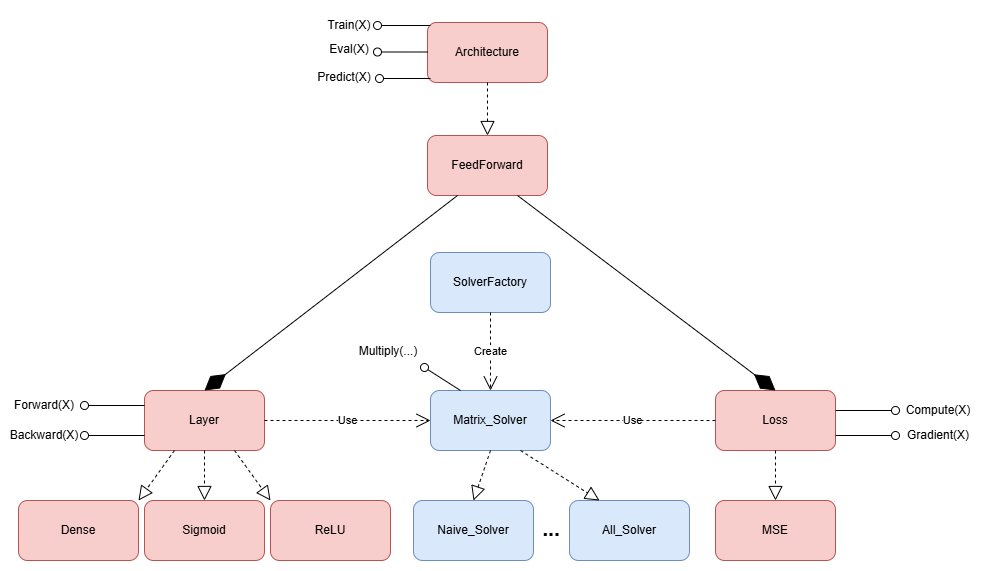
Before: .github/assets/architecture.png, a diagram exported from draw.io (dianabonalumi/NeuralNets). Source tidied: cells renumbered, new cells last; positions are measured from the earlier drawing's top-left corner, leaving out a move shared by most shapes.
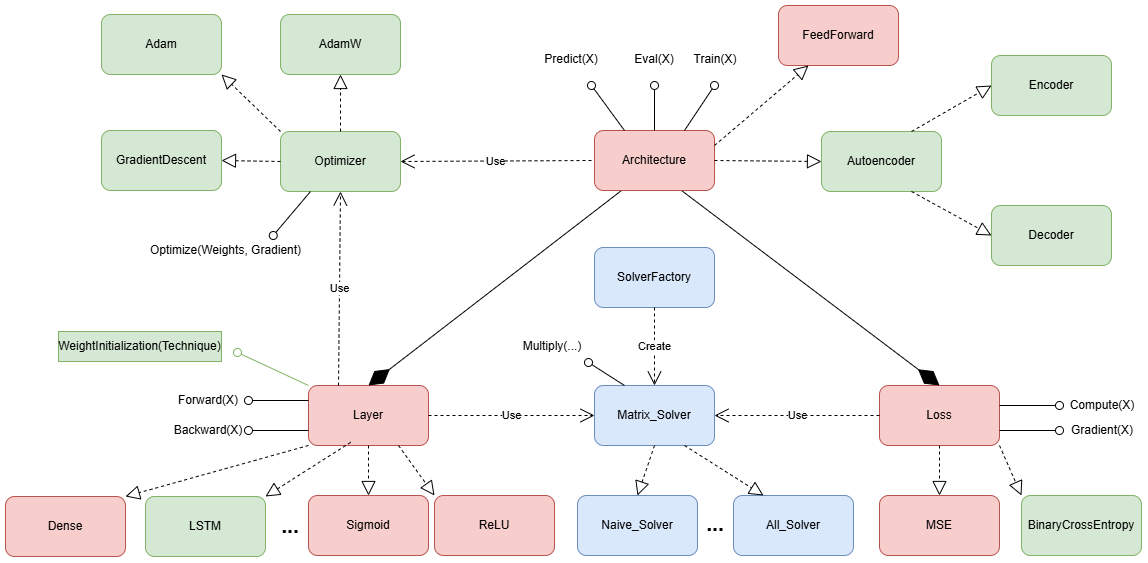
Above is the later version.

What changed in the source:
```diff
@@ -8,50 +8,51 @@
     <mxCell id="3" value="Loss" style="rounded=1;whiteSpace=wrap;html=1;fillColor=#f8cecc;strokeColor=#b85450;" parent="1" vertex="1">
       <mxGeometry x="701" y="380" width="120" height="60" as="geometry" />
     </mxCell>
-    <mxCell id="4" value="FeedForward" style="rounded=1;whiteSpace=wrap;html=1;fillColor=#f8cecc;strokeColor=#b85450;" parent="1" vertex="1">
-      <mxGeometry x="413" y="125" width="120" height="60" as="geometry" />
-    </mxCell>
-    <mxCell id="5" style="endArrow=diamondThin;endFill=1;endSize=24;html=1;rounded=0;exitX=0.25;exitY=1;exitDx=0;exitDy=0;entryX=0.5;entryY=0;entryDx=0;entryDy=0;" parent="1" edge="1" source="4" target="2">
-      <mxGeometry relative="1" as="geometry" />
-    </mxCell>
-    <mxCell id="6" style="endArrow=diamondThin;endFill=1;endSize=24;html=1;rounded=0;exitX=0.75;exitY=1;exitDx=0;exitDy=0;entryX=0.5;entryY=0;entryDx=0;entryDy=0;" parent="1" edge="1" source="4" target="3">
-      <mxGeometry relative="1" as="geometry" />
-    </mxCell>
-    <mxCell id="7" style="html=1;verticalAlign=bottom;labelBackgroundColor=none;endArrow=oval;endFill=0;endSize=8;rounded=0;exitX=0;exitY=0.25;exitDx=0;exitDy=0;" parent="1" edge="1" source="2">
-      <mxGeometry relative="1" as="geometry">
-        <mxPoint x="70" y="395" as="targetPoint" />
-      </mxGeometry>
-    </mxCell>
-    <mxCell id="8" style="html=1;verticalAlign=bottom;labelBackgroundColor=none;endArrow=oval;endFill=0;endSize=8;rounded=0;exitX=0;exitY=0.75;exitDx=0;exitDy=0;" parent="1" edge="1" source="2">
-      <mxGeometry relative="1" as="geometry">
-        <mxPoint x="70" y="425" as="targetPoint" />
-      </mxGeometry>
-    </mxCell>
+    <mxCell id="43" style="endArrow=diamondThin;endFill=1;endSize=24;html=1;rounded=0;exitX=0.25;exitY=1;exitDx=0;exitDy=0;entryX=0.5;entryY=0;entryDx=0;entryDy=0;" parent="1" edge="1" target="2">
+      <mxGeometry relative="1" as="geometry">
+        <mxPoint x="443" y="185" as="sourcePoint" />
+      </mxGeometry>
+    </mxCell>
+    <mxCell id="44" style="endArrow=diamondThin;endFill=1;endSize=24;html=1;rounded=0;exitX=0.75;exitY=1;exitDx=0;exitDy=0;entryX=0.5;entryY=0;entryDx=0;entryDy=0;" parent="1" edge="1" target="3">
+      <mxGeometry relative="1" as="geometry">
+        <mxPoint x="503" y="185" as="sourcePoint" />
+      </mxGeometry>
+    </mxCell>
+    <mxCell id="45" style="html=1;verticalAlign=bottom;labelBackgroundColor=none;endArrow=oval;endFill=0;endSize=8;rounded=0;exitX=0;exitY=0.25;exitDx=0;exitDy=0;" parent="1" edge="1" source="2">
+      <mxGeometry relative="1" as="geometry">
+        <mxPoint x="70" y="395" as="targetPoint" />
+      </mxGeometry>
+    </mxCell>
+    <mxCell id="46" style="html=1;verticalAlign=bottom;labelBackgroundColor=none;endArrow=oval;endFill=0;endSize=8;rounded=0;exitX=0;exitY=0.75;exitDx=0;exitDy=0;" parent="1" edge="1" source="2">
+      <mxGeometry relative="1" as="geometry">
+        <mxPoint x="70" y="425" as="targetPoint" />
+      </mxGeometry>
+    </mxCell>
     <mxCell id="9" value="Forward(X)" style="text;html=1;whiteSpace=wrap;strokeColor=none;fillColor=none;align=center;verticalAlign=middle;rounded=0;" parent="1" vertex="1">
       <mxGeometry y="380" width="60" height="30" as="geometry" />
     </mxCell>
     <mxCell id="10" value="Backward(X)" style="text;html=1;whiteSpace=wrap;strokeColor=none;fillColor=none;align=center;verticalAlign=middle;rounded=0;" parent="1" vertex="1">
       <mxGeometry y="410" width="60" height="30" as="geometry" />
     </mxCell>
-    <mxCell id="11" style="html=1;verticalAlign=bottom;labelBackgroundColor=none;endArrow=oval;endFill=0;endSize=8;rounded=0;exitX=1;exitY=0.5;exitDx=0;exitDy=0;" parent="1" edge="1">
-      <mxGeometry relative="1" as="geometry">
-        <mxPoint x="821" y="400" as="sourcePoint" />
-        <mxPoint x="881" y="400" as="targetPoint" />
-      </mxGeometry>
-    </mxCell>
+    <mxCell id="47" style="html=1;verticalAlign=bottom;labelBackgroundColor=none;endArrow=oval;endFill=0;endSize=8;rounded=0;exitX=1;exitY=0.5;exitDx=0;exitDy=0;" parent="1" edge="1">
+      <mxGeometry relative="1" as="geometry">
+        <mxPoint x="821" y="400" as="sourcePoint" />
+        <mxPoint x="881" y="400" as="targetPoint" />
+      </mxGeometry>
+    </mxCell>
     <mxCell id="12" value="Compute(X)" style="text;html=1;whiteSpace=wrap;strokeColor=none;fillColor=none;align=center;verticalAlign=middle;rounded=0;" parent="1" vertex="1">
       <mxGeometry x="894" y="385" width="60" height="30" as="geometry" />
     </mxCell>
-    <mxCell id="13" style="html=1;verticalAlign=bottom;labelBackgroundColor=none;endArrow=oval;endFill=0;endSize=8;rounded=0;exitX=1;exitY=0.75;exitDx=0;exitDy=0;" parent="1" edge="1" source="3">
-      <mxGeometry relative="1" as="geometry">
-        <mxPoint x="881" y="425" as="targetPoint" />
-      </mxGeometry>
-    </mxCell>
+    <mxCell id="48" style="html=1;verticalAlign=bottom;labelBackgroundColor=none;endArrow=oval;endFill=0;endSize=8;rounded=0;exitX=1;exitY=0.75;exitDx=0;exitDy=0;" parent="1" edge="1" source="3">
+      <mxGeometry relative="1" as="geometry">
+        <mxPoint x="881" y="425" as="targetPoint" />
+      </mxGeometry>
+    </mxCell>
     <mxCell id="14" value="Gradient(X)" style="text;html=1;whiteSpace=wrap;strokeColor=none;fillColor=none;align=center;verticalAlign=middle;rounded=0;" parent="1" vertex="1">
       <mxGeometry x="894" y="410" width="60" height="30" as="geometry" />
     </mxCell>
     <mxCell id="15" value="Dense" style="rounded=1;whiteSpace=wrap;html=1;fillColor=#f8cecc;strokeColor=#b85450;" parent="1" vertex="1">
-      <mxGeometry x="4" y="490" width="120" height="60" as="geometry" />
+      <mxGeometry x="-173" y="491" width="120" height="60" as="geometry" />
     </mxCell>
     <mxCell id="16" value="Sigmoid" style="rounded=1;whiteSpace=wrap;html=1;fillColor=#f8cecc;strokeColor=#b85450;" parent="1" vertex="1">
       <mxGeometry x="130" y="490" width="120" height="60" as="geometry" />
@@ -59,7 +60,7 @@
     <mxCell id="17" value="ReLU" style="rounded=1;whiteSpace=wrap;html=1;fillColor=#f8cecc;strokeColor=#b85450;" parent="1" vertex="1">
       <mxGeometry x="256" y="490" width="120" height="60" as="geometry" />
     </mxCell>
-    <mxCell id="18" style="endArrow=block;dashed=1;endFill=0;endSize=12;html=1;rounded=0;exitX=0.25;exitY=1;exitDx=0;exitDy=0;entryX=1;entryY=0;entryDx=0;entryDy=0;" parent="1" edge="1" source="2" target="15">
+    <mxCell id="18" style="endArrow=block;dashed=1;endFill=0;endSize=12;html=1;rounded=0;exitX=0;exitY=1;exitDx=0;exitDy=0;entryX=1;entryY=0;entryDx=0;entryDy=0;" parent="1" edge="1" source="2" target="15">
       <mxGeometry relative="1" as="geometry" />
     </mxCell>
     <mxCell id="19" style="endArrow=block;dashed=1;endFill=0;endSize=12;html=1;rounded=0;exitX=0.5;exitY=1;exitDx=0;exitDy=0;entryX=0.5;entryY=0;entryDx=0;entryDy=0;" parent="1" edge="1" source="2" target="16">
@@ -69,29 +70,24 @@
       <mxGeometry relative="1" as="geometry" />
     </mxCell>
     <mxCell id="21" value="Architecture" style="rounded=1;whiteSpace=wrap;html=1;fillColor=#f8cecc;strokeColor=#b85450;" parent="1" vertex="1">
-      <mxGeometry x="413" y="12" width="120" height="60" as="geometry" />
+      <mxGeometry x="416" y="125" width="120" height="60" as="geometry" />
     </mxCell>
-    <mxCell id="22" style="html=1;verticalAlign=bottom;labelBackgroundColor=none;endArrow=oval;endFill=0;endSize=8;rounded=0;exitX=0;exitY=0.25;exitDx=0;exitDy=0;" parent="1" edge="1">
-      <mxGeometry relative="1" as="geometry">
-        <mxPoint x="416" y="15" as="sourcePoint" />
-        <mxPoint x="363" y="15" as="targetPoint" />
-      </mxGeometry>
-    </mxCell>
-    <mxCell id="23" style="html=1;verticalAlign=bottom;labelBackgroundColor=none;endArrow=oval;endFill=0;endSize=8;rounded=0;exitX=0;exitY=0.25;exitDx=0;exitDy=0;" parent="1" edge="1">
-      <mxGeometry relative="1" as="geometry">
-        <mxPoint x="416" y="68" as="sourcePoint" />
-        <mxPoint x="365" y="68" as="targetPoint" />
-      </mxGeometry>
-    </mxCell>
+    <mxCell id="49" style="html=1;verticalAlign=bottom;labelBackgroundColor=none;endArrow=oval;endFill=0;endSize=8;rounded=0;exitX=0.75;exitY=0;exitDx=0;exitDy=0;" parent="1" edge="1" source="21">
+      <mxGeometry relative="1" as="geometry">
+        <mxPoint x="536" y="80" as="targetPoint" />
+      </mxGeometry>
+    </mxCell>
+    <mxCell id="50" style="html=1;verticalAlign=bottom;labelBackgroundColor=none;endArrow=oval;endFill=0;endSize=8;rounded=0;exitX=0.25;exitY=0;exitDx=0;exitDy=0;" parent="1" edge="1" source="21">
+      <mxGeometry relative="1" as="geometry">
+        <mxPoint x="413" y="80" as="targetPoint" />
+      </mxGeometry>
+    </mxCell>
     <mxCell id="24" value="Train(X)" style="text;html=1;whiteSpace=wrap;strokeColor=none;fillColor=none;align=center;verticalAlign=middle;rounded=0;" parent="1" vertex="1">
-      <mxGeometry x="305" width="60" height="30" as="geometry" />
+      <mxGeometry x="507" y="39" width="60" height="30" as="geometry" />
     </mxCell>
     <mxCell id="25" value="Eval(X)" style="text;html=1;whiteSpace=wrap;strokeColor=none;fillColor=none;align=center;verticalAlign=middle;rounded=0;" parent="1" vertex="1">
-      <mxGeometry x="305" y="24" width="60" height="30" as="geometry" />
+      <mxGeometry x="446" y="39" width="60" height="30" as="geometry" />
     </mxCell>
-    <mxCell id="26" style="endArrow=block;dashed=1;endFill=0;endSize=12;html=1;rounded=0;exitX=0.5;exitY=1;exitDx=0;exitDy=0;entryX=0.5;entryY=0;entryDx=0;entryDy=0;" parent="1" edge="1" source="21" target="4">
-      <mxGeometry relative="1" as="geometry" />
-    </mxCell>
     <mxCell id="27" value="MSE" style="rounded=1;whiteSpace=wrap;html=1;fillColor=#f8cecc;strokeColor=#b85450;" parent="1" vertex="1">
       <mxGeometry x="701" y="490" width="120" height="60" as="geometry" />
     </mxCell>
@@ -119,31 +115,112 @@
     <mxCell id="35" value="All_Solver" style="rounded=1;whiteSpace=wrap;html=1;fillColor=#dae8fc;strokeColor=#6c8ebf;" parent="1" vertex="1">
       <mxGeometry x="555" y="490" width="120" height="60" as="geometry" />
     </mxCell>
-    <mxCell id="36" value="&lt;b&gt;&lt;font style=&quot;font-size: 21px;&quot;&gt;...&lt;/font&gt;&lt;/b&gt;" style="text;html=1;whiteSpace=wrap;strokeColor=none;fillColor=none;align=center;verticalAlign=middle;rounded=0;" parent="1" vertex="1">
-      <mxGeometry x="507" y="503" width="60" height="30" as="geometry" />
-    </mxCell>
+    <mxCell id="51" value="&lt;b&gt;&lt;font style=&quot;font-size: 21px;&quot;&gt;...&lt;/font&gt;&lt;/b&gt;" style="text;html=1;whiteSpace=wrap;strokeColor=none;fillColor=none;align=center;verticalAlign=middle;rounded=0;" parent="1" vertex="1">
+      <mxGeometry x="507" y="503" width="60" height="30" as="geometry" />
+    </mxCell>
     <mxCell id="37" style="endArrow=block;dashed=1;endFill=0;endSize=12;html=1;rounded=0;exitX=0.5;exitY=1;exitDx=0;exitDy=0;entryX=0.5;entryY=0;entryDx=0;entryDy=0;" parent="1" edge="1" source="29" target="34">
       <mxGeometry relative="1" as="geometry" />
     </mxCell>
     <mxCell id="38" style="endArrow=block;dashed=1;endFill=0;endSize=12;html=1;rounded=0;exitX=0.75;exitY=1;exitDx=0;exitDy=0;entryX=0.25;entryY=0;entryDx=0;entryDy=0;" parent="1" edge="1" source="29" target="35">
       <mxGeometry relative="1" as="geometry" />
     </mxCell>
-    <mxCell id="39" style="html=1;verticalAlign=bottom;labelBackgroundColor=none;endArrow=oval;endFill=0;endSize=8;rounded=0;exitX=0;exitY=0.25;exitDx=0;exitDy=0;" parent="1" edge="1">
-      <mxGeometry relative="1" as="geometry">
-        <mxPoint x="413" y="41.5" as="sourcePoint" />
-        <mxPoint x="363" y="41.5" as="targetPoint" />
-      </mxGeometry>
-    </mxCell>
+    <mxCell id="52" style="html=1;verticalAlign=bottom;labelBackgroundColor=none;endArrow=oval;endFill=0;endSize=8;rounded=0;exitX=0.5;exitY=0;exitDx=0;exitDy=0;" parent="1" edge="1" source="21">
+      <mxGeometry relative="1" as="geometry">
+        <mxPoint x="476" y="80" as="targetPoint" />
+      </mxGeometry>
+    </mxCell>
     <mxCell id="40" value="Predict(X)" style="text;html=1;whiteSpace=wrap;strokeColor=none;fillColor=none;align=center;verticalAlign=middle;rounded=0;" parent="1" vertex="1">
-      <mxGeometry x="300" y="52" width="60" height="30" as="geometry" />
+      <mxGeometry x="363" y="39" width="60" height="30" as="geometry" />
     </mxCell>
-    <mxCell id="41" style="html=1;verticalAlign=bottom;labelBackgroundColor=none;endArrow=oval;endFill=0;endSize=8;rounded=0;exitX=0.25;exitY=0;exitDx=0;exitDy=0;" parent="1" edge="1" source="29">
-      <mxGeometry relative="1" as="geometry">
-        <mxPoint x="410" y="357" as="targetPoint" />
-      </mxGeometry>
-    </mxCell>
+    <mxCell id="53" style="html=1;verticalAlign=bottom;labelBackgroundColor=none;endArrow=oval;endFill=0;endSize=8;rounded=0;exitX=0.25;exitY=0;exitDx=0;exitDy=0;" parent="1" edge="1" source="29">
+      <mxGeometry relative="1" as="geometry">
+        <mxPoint x="410" y="357" as="targetPoint" />
+      </mxGeometry>
+    </mxCell>
     <mxCell id="42" value="Multiply(...)" style="text;html=1;whiteSpace=wrap;strokeColor=none;fillColor=none;align=center;verticalAlign=middle;rounded=0;" parent="1" vertex="1">
       <mxGeometry x="344" y="326" width="60" height="30" as="geometry" />
     </mxCell>
+    <mxCell id="54" value="Optimizer" style="rounded=1;whiteSpace=wrap;html=1;fillColor=#d5e8d4;strokeColor=#82b366;" parent="1" vertex="1">
+      <mxGeometry x="102" y="126" width="120" height="60" as="geometry" />
+    </mxCell>
+    <mxCell id="55" value="Use" style="endArrow=open;endSize=12;dashed=1;html=1;rounded=0;exitX=0;exitY=0.5;exitDx=0;exitDy=0;entryX=1;entryY=0.5;entryDx=0;entryDy=0;" parent="1" edge="1" target="54">
+      <mxGeometry relative="1" as="geometry">
+        <mxPoint x="413" y="155" as="sourcePoint" />
+      </mxGeometry>
+    </mxCell>
+    <mxCell id="56" value="Use" style="endArrow=open;endSize=12;dashed=1;html=1;rounded=0;exitX=0.25;exitY=0;exitDx=0;exitDy=0;entryX=0.5;entryY=1;entryDx=0;entryDy=0;" parent="1" edge="1" source="2" target="54">
+      <mxGeometry relative="1" as="geometry" />
+    </mxCell>
+    <mxCell id="57" style="html=1;verticalAlign=bottom;labelBackgroundColor=none;endArrow=oval;endFill=0;endSize=8;rounded=0;exitX=0;exitY=0;exitDx=0;exitDy=0;fillColor=#d5e8d4;strokeColor=#82b366;" parent="1" edge="1" source="2">
+      <mxGeometry relative="1" as="geometry">
+        <mxPoint x="59" y="347" as="targetPoint" />
+      </mxGeometry>
+    </mxCell>
+    <mxCell id="58" value="WeightInitialization(Technique)" style="text;html=1;whiteSpace=wrap;align=center;verticalAlign=middle;rounded=0;fillColor=#d5e8d4;strokeColor=#82b366;" parent="1" vertex="1">
+      <mxGeometry x="-120" y="326" width="163" height="30" as="geometry" />
+    </mxCell>
+    <mxCell id="59" value="GradientDescent" style="rounded=1;whiteSpace=wrap;html=1;fillColor=#d5e8d4;strokeColor=#82b366;" parent="1" vertex="1">
+      <mxGeometry x="-77" y="125" width="120" height="60" as="geometry" />
+    </mxCell>
+    <mxCell id="60" style="html=1;verticalAlign=bottom;labelBackgroundColor=none;endArrow=oval;endFill=0;endSize=8;rounded=0;exitX=0.25;exitY=1;exitDx=0;exitDy=0;entryX=0.75;entryY=0;entryDx=0;entryDy=0;" parent="1" edge="1" source="54" target="61">
+      <mxGeometry relative="1" as="geometry" />
+    </mxCell>
+    <mxCell id="61" value="Optimize(Weights, Gradient)" style="text;html=1;whiteSpace=wrap;strokeColor=none;fillColor=none;align=center;verticalAlign=middle;rounded=0;" parent="1" vertex="1">
+      <mxGeometry x="-47" y="230" width="189" height="30" as="geometry" />
+    </mxCell>
+    <mxCell id="62" value="BinaryCrossEntropy" style="rounded=1;whiteSpace=wrap;html=1;fillColor=#d5e8d4;strokeColor=#82b366;" parent="1" vertex="1">
+      <mxGeometry x="843" y="490" width="120" height="60" as="geometry" />
+    </mxCell>
+    <mxCell id="63" style="endArrow=block;dashed=1;endFill=0;endSize=12;html=1;rounded=0;exitX=1;exitY=1;exitDx=0;exitDy=0;entryX=0;entryY=0;entryDx=0;entryDy=0;" parent="1" edge="1" source="3" target="62">
+      <mxGeometry relative="1" as="geometry" />
+    </mxCell>
+    <mxCell id="64" value="Adam" style="rounded=1;whiteSpace=wrap;html=1;fillColor=#d5e8d4;strokeColor=#82b366;" parent="1" vertex="1">
+      <mxGeometry x="-77" y="9" width="120" height="60" as="geometry" />
+    </mxCell>
+    <mxCell id="65" value="AdamW" style="rounded=1;whiteSpace=wrap;html=1;fillColor=#d5e8d4;strokeColor=#82b366;" parent="1" vertex="1">
+      <mxGeometry x="102" y="9" width="120" height="60" as="geometry" />
+    </mxCell>
+    <mxCell id="66" value="&lt;b&gt;&lt;font style=&quot;font-size: 21px;&quot;&gt;...&lt;/font&gt;&lt;/b&gt;" style="text;html=1;whiteSpace=wrap;strokeColor=none;fillColor=none;align=center;verticalAlign=middle;rounded=0;" parent="1" vertex="1">
+      <mxGeometry x="82" y="505" width="60" height="30" as="geometry" />
+    </mxCell>
+    <mxCell id="67" value="LSTM" style="rounded=1;whiteSpace=wrap;html=1;fillColor=#d5e8d4;strokeColor=#82b366;" parent="1" vertex="1">
+      <mxGeometry x="-33" y="491" width="120" height="60" as="geometry" />
+    </mxCell>
+    <mxCell id="68" style="endArrow=block;dashed=1;endFill=0;endSize=12;html=1;rounded=0;exitX=0.352;exitY=0.947;exitDx=0;exitDy=0;entryX=1;entryY=0;entryDx=0;entryDy=0;exitPerimeter=0;" parent="1" edge="1" source="2" target="67">
+      <mxGeometry relative="1" as="geometry" />
+    </mxCell>
+    <mxCell id="69" style="endArrow=block;dashed=1;endFill=0;endSize=12;html=1;rounded=0;exitX=0.5;exitY=0;exitDx=0;exitDy=0;entryX=0.5;entryY=1;entryDx=0;entryDy=0;" parent="1" edge="1" source="54" target="65">
+      <mxGeometry relative="1" as="geometry" />
+    </mxCell>
+    <mxCell id="70" style="endArrow=block;dashed=1;endFill=0;endSize=12;html=1;rounded=0;exitX=0;exitY=0;exitDx=0;exitDy=0;entryX=1;entryY=1;entryDx=0;entryDy=0;" parent="1" edge="1" source="54" target="64">
+      <mxGeometry relative="1" as="geometry" />
+    </mxCell>
+    <mxCell id="71" style="endArrow=block;dashed=1;endFill=0;endSize=12;html=1;rounded=0;exitX=0;exitY=0.5;exitDx=0;exitDy=0;entryX=1;entryY=0.5;entryDx=0;entryDy=0;" parent="1" edge="1" source="54" target="59">
+      <mxGeometry relative="1" as="geometry" />
+    </mxCell>
+    <mxCell id="72" value="Autoencoder" style="rounded=1;whiteSpace=wrap;html=1;fillColor=#d5e8d4;strokeColor=#82b366;" parent="1" vertex="1">
+      <mxGeometry x="643" y="126" width="120" height="60" as="geometry" />
+    </mxCell>
+    <mxCell id="73" style="endArrow=block;dashed=1;endFill=0;endSize=12;html=1;rounded=0;exitX=1;exitY=0.5;exitDx=0;exitDy=0;entryX=0;entryY=0.5;entryDx=0;entryDy=0;" parent="1" edge="1" source="21" target="72">
+      <mxGeometry relative="1" as="geometry" />
+    </mxCell>
+    <mxCell id="74" value="Encoder" style="rounded=1;whiteSpace=wrap;html=1;fillColor=#d5e8d4;strokeColor=#82b366;" parent="1" vertex="1">
+      <mxGeometry x="813" y="50" width="120" height="60" as="geometry" />
+    </mxCell>
+    <mxCell id="75" value="Decoder" style="rounded=1;whiteSpace=wrap;html=1;fillColor=#d5e8d4;strokeColor=#82b366;" parent="1" vertex="1">
+      <mxGeometry x="813" y="200" width="120" height="60" as="geometry" />
+    </mxCell>
+    <mxCell id="76" style="endArrow=block;dashed=1;endFill=0;endSize=12;html=1;rounded=0;exitX=0.75;exitY=0;exitDx=0;exitDy=0;entryX=0;entryY=0.5;entryDx=0;entryDy=0;" parent="1" edge="1" source="72" target="74">
+      <mxGeometry relative="1" as="geometry" />
+    </mxCell>
+    <mxCell id="77" style="endArrow=block;dashed=1;endFill=0;endSize=12;html=1;rounded=0;exitX=0.75;exitY=1;exitDx=0;exitDy=0;entryX=0;entryY=0.5;entryDx=0;entryDy=0;" parent="1" edge="1" source="72" target="75">
+      <mxGeometry relative="1" as="geometry" />
+    </mxCell>
+    <mxCell id="4" value="FeedForward" style="rounded=1;whiteSpace=wrap;html=1;fillColor=#f8cecc;strokeColor=#b85450;" parent="1" vertex="1">
+      <mxGeometry x="600" width="120" height="60" as="geometry" />
+    </mxCell>
+    <mxCell id="26" style="endArrow=block;dashed=1;endFill=0;endSize=12;html=1;rounded=0;exitX=1;exitY=0.25;exitDx=0;exitDy=0;entryX=0.25;entryY=1;entryDx=0;entryDy=0;" parent="1" edge="1" source="21" target="4">
+      <mxGeometry relative="1" as="geometry" />
+    </mxCell>
   </root>
 </mxGraphModel>
```
